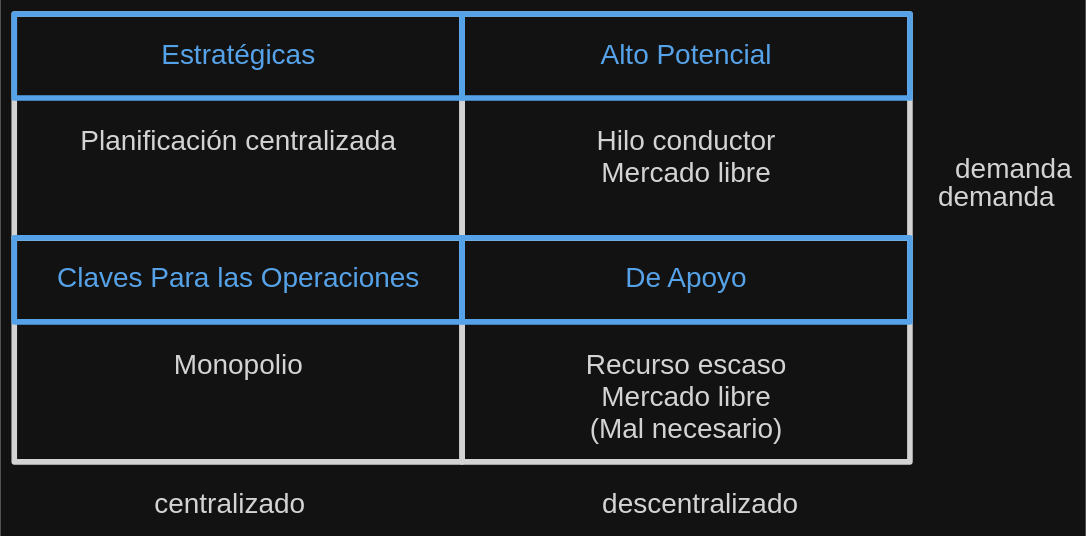
agustinbravop/utn-vault keeps this Excalidraw diagram as 4to Nivel/Administración de Sistemas de Información/attachments/Estrategias Genéricas de Gestión de SI y TI 2024-09-01 16.49.33.excalidraw.svg. Above is the earlier version. Source tidied: one line per element, renumbered; positions are measured from the earlier drawing's top-left corner, leaving out a move shared by most shapes.
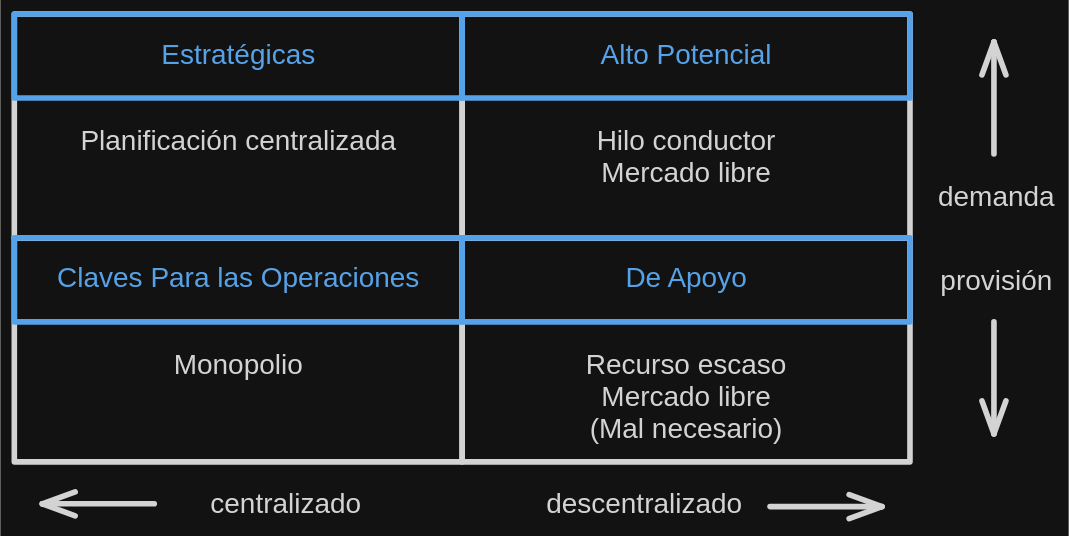
After the commit.

Change to the diagram source:
```diff
@@ -14,7 +14,11 @@
 {"id": 13, "type": "text", "text": "Claves Para las Operaciones", "strokeColor": "#1971c2", "strokeWidth": 4, "roughness": 0, "fontSize": 20, "fontFamily": 2, "textAlign": "center", "verticalAlign": "middle", "inside": 12, "x": 30, "y": 178, "width": 259, "height": 23}
 {"id": 14, "type": "rectangle", "strokeColor": "#1971c2", "strokeWidth": 4, "roughness": 0, "x": 320, "y": 160, "width": 320, "height": 60}
 {"id": 15, "type": "text", "text": "De Apoyo", "strokeColor": "#1971c2", "strokeWidth": 4, "roughness": 0, "fontSize": 20, "fontFamily": 2, "textAlign": "center", "verticalAlign": "middle", "inside": 14, "x": 436, "y": 178, "width": 89, "height": 23}
-{"id": 16, "type": "text", "text": "centralizado", "strokeColor": "#1e1e1e", "strokeWidth": 4, "roughness": 0, "fontSize": 20, "fontFamily": 2, "textAlign": "center", "x": 100, "y": 340, "width": 108, "height": 23}
+{"id": 16, "type": "text", "text": "centralizado", "strokeColor": "#1e1e1e", "strokeWidth": 4, "roughness": 0, "fontSize": 20, "fontFamily": 2, "textAlign": "center", "x": 140, "y": 340, "width": 108, "height": 23}
-{"id": 17, "type": "text", "text": "descentralizado", "strokeColor": "#1e1e1e", "strokeWidth": 4, "roughness": 0, "fontSize": 20, "fontFamily": 2, "textAlign": "center", "x": 420, "y": 340, "width": 140, "height": 23}
+{"id": 17, "type": "text", "text": "descentralizado", "strokeColor": "#1e1e1e", "strokeWidth": 4, "roughness": 0, "fontSize": 20, "fontFamily": 2, "textAlign": "center", "x": 380, "y": 340, "width": 140, "height": 23}
-{"id": 18, "type": "text", "text": "demanda", "strokeColor": "#1e1e1e", "strokeWidth": 4, "roughness": 0, "fontSize": 20, "fontFamily": 2, "textAlign": "center", "x": 672, "y": 100, "width": 83, "height": 23}
+{"id": 18, "type": "text", "text": "demanda", "strokeColor": "#1e1e1e", "strokeWidth": 4, "roughness": 0, "fontSize": 20, "fontFamily": 2, "textAlign": "center", "x": 660, "y": 120, "width": 83, "height": 23}
-{"id": 19, "type": "text", "text": "demanda", "strokeColor": "#1e1e1e", "strokeWidth": 4, "roughness": 0, "fontSize": 20, "fontFamily": 2, "textAlign": "center", "x": 660, "y": 120, "width": 83, "height": 23}
+{"id": 19, "type": "text", "text": "provisión", "strokeColor": "#1e1e1e", "strokeWidth": 4, "roughness": 0, "fontSize": 20, "fontFamily": 2, "textAlign": "center", "x": 661, "y": 180, "width": 81, "height": 23}
+{"id": 20, "type": "arrow", "strokeColor": "#1e1e1e", "strokeWidth": 4, "roughness": 0, "endArrowhead": "arrow", "round": true, "x": 700, "y": 100, "width": 0, "height": 80, "points": [[0, 0], [0, -80]]}
+{"id": 21, "type": "arrow", "strokeColor": "#1e1e1e", "strokeWidth": 4, "roughness": 0, "endArrowhead": "arrow", "round": true, "x": 700, "y": 220, "width": 0, "height": 80, "points": [[0, 0], [0, 80]]}
+{"id": 22, "type": "arrow", "strokeColor": "#1e1e1e", "strokeWidth": 4, "roughness": 0, "endArrowhead": "arrow", "round": true, "x": 540, "y": 352, "width": 80, "height": 0, "points": [[0, 0], [80, 0]]}
+{"id": 23, "type": "arrow", "strokeColor": "#1e1e1e", "strokeWidth": 4, "roughness": 0, "endArrowhead": "arrow", "round": true, "x": 100, "y": 350, "width": 80, "height": 0, "points": [[0, 0], [-80, 0]]}
```
